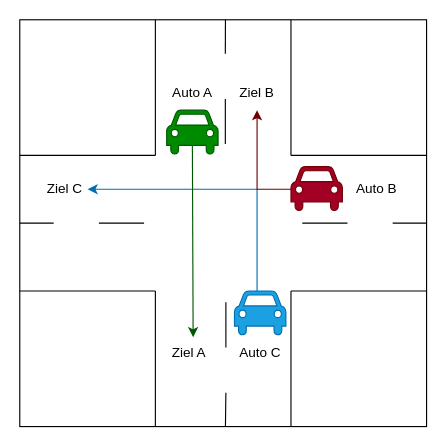
Before: Kreuzung.drawio in Xorcarrot/fallstudie_IPWA02, a draw.io diagram. Source tidied: cells renumbered, new cells numbered last; positions are measured from the earlier drawing's top-left corner, leaving out a move shared by most shapes. Both pictures are drawn from the tidied source at 113%, with x=0, y=0 at pixel (19, 19).
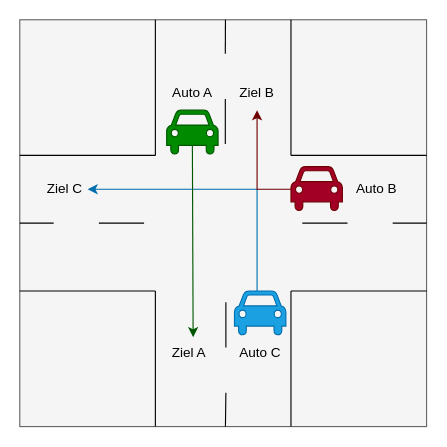
Above is the later version.

Change to the diagram source:
```diff
@@
-    <mxCell id="2" style="whiteSpace=wrap;html=1;" parent="1" vertex="1">
+    <mxCell id="2" style="whiteSpace=wrap;html=1;fillColor=#f5f5f5;fontColor=#333333;strokeColor=#666666;" parent="1" vertex="1">
       <mxGeometry width="360" height="360" as="geometry" />
     </mxCell>
```
